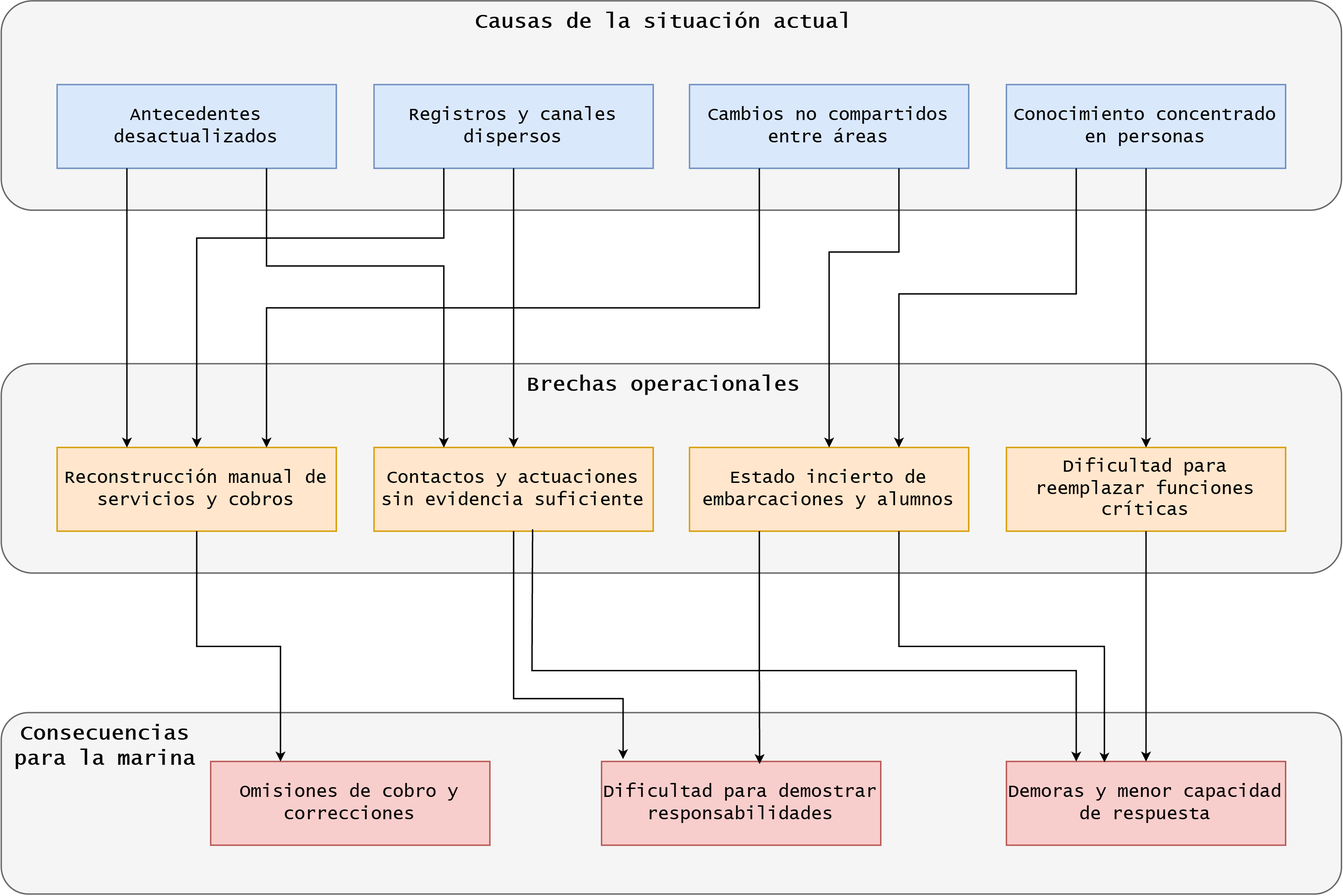
Saicooh/FEP-Subdocumentos keeps this draw.io diagram as Subdocumento_2___SYNAPTIX/figuras/CausaConsecuencia.png. Above is the earlier version. Source tidied: cells renumbered, new cells last; positions are measured from the earlier drawing's top-left corner, leaving out a move shared by most shapes.
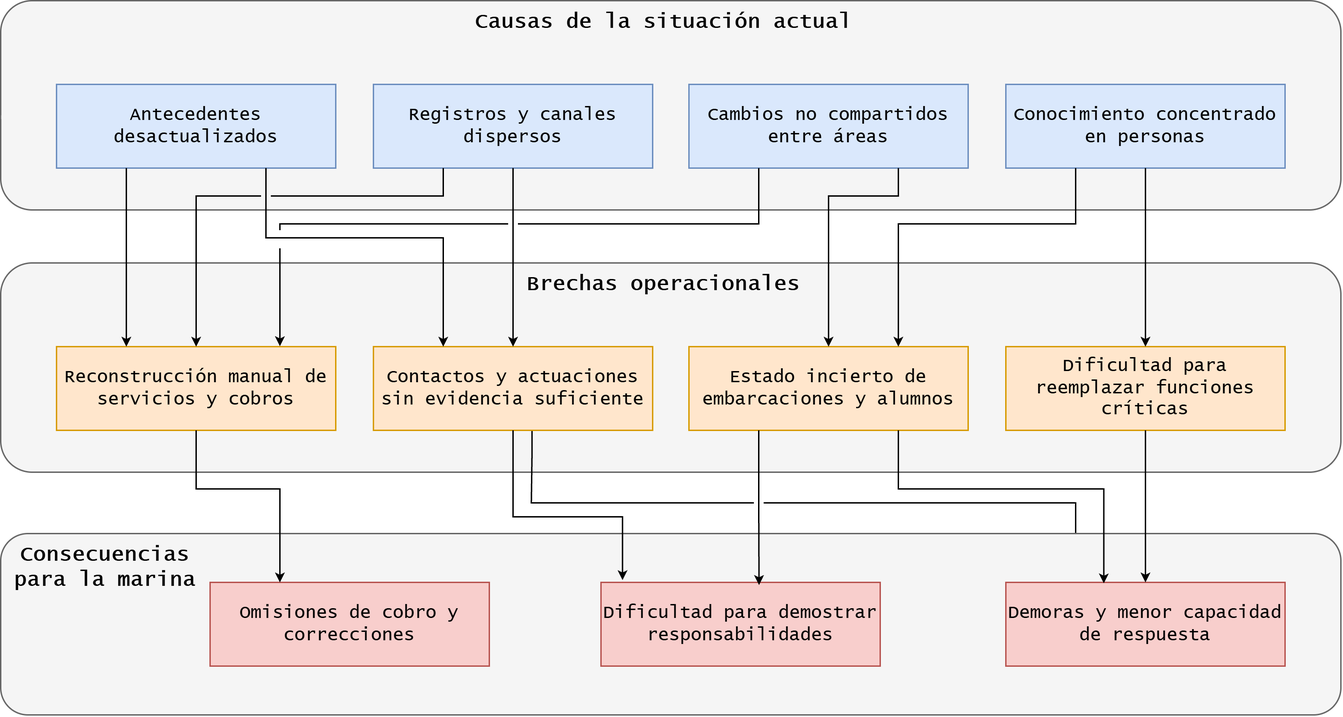
Later version of the same file.

The edit, as a diff of the source:
```diff
@@ -2,6 +2,18 @@
   <root>
     <mxCell id="0" />
     <mxCell id="1" parent="0" />
+    <mxCell id="8" style="rounded=1;labelPosition=center;verticalLabelPosition=middle;align=center;verticalAlign=middle;fontSize=8;html=1;whiteSpace=wrap;strokeWidth=1;fillColor=#f5f5f5;fontColor=#333333;strokeColor=#666666;" parent="1" vertex="1">
+      <mxGeometry y="188" width="960" height="150" as="geometry" />
+    </mxCell>
+    <mxCell id="28" style="edgeStyle=orthogonalEdgeStyle;rounded=0;jettySize=auto;html=1;exitX=0.568;exitY=0.978;exitDx=0;exitDy=0;entryX=0.25;entryY=0;entryDx=0;entryDy=0;endSize=4;exitPerimeter=0;" parent="1" edge="1" source="10" target="25">
+      <mxGeometry relative="1" as="geometry">
+        <Array as="points">
+          <mxPoint x="380.6" y="323.9" />
+          <mxPoint x="380.1" y="360" />
+          <mxPoint x="770" y="360" />
+        </Array>
+      </mxGeometry>
+    </mxCell>
     <mxCell id="2" style="rounded=1;labelPosition=center;verticalLabelPosition=middle;align=center;verticalAlign=middle;fontSize=8;html=1;whiteSpace=wrap;strokeWidth=1;fillColor=#f5f5f5;fontColor=#333333;strokeColor=#666666;" parent="1" vertex="1">
       <mxGeometry width="960" height="150" as="geometry" />
     </mxCell>
@@ -20,59 +32,73 @@
     <mxCell id="7" value="Conocimiento concentrado en personas" style="rounded=0;whiteSpace=wrap;html=1;fillColor=#dae8fc;strokeColor=#6c8ebf;fontSize=13;fontFamily=Lucida Console;" parent="1" vertex="1">
       <mxGeometry x="720" y="60" width="200" height="60" as="geometry" />
     </mxCell>
-    <mxCell id="8" style="rounded=1;labelPosition=center;verticalLabelPosition=middle;align=center;verticalAlign=middle;fontSize=8;html=1;whiteSpace=wrap;strokeWidth=1;fillColor=#f5f5f5;fontColor=#333333;strokeColor=#666666;" parent="1" vertex="1">
-      <mxGeometry y="260" width="960" height="150" as="geometry" />
-    </mxCell>
     <mxCell id="9" value="Reconstrucción manual de servicios y cobros" style="rounded=0;whiteSpace=wrap;html=1;fillColor=#ffe6cc;strokeColor=#d79b00;fontSize=13;fontFamily=Lucida Console;" parent="1" vertex="1">
-      <mxGeometry x="40" y="320" width="200" height="60" as="geometry" />
+      <mxGeometry x="40" y="248" width="200" height="60" as="geometry" />
     </mxCell>
     <mxCell id="10" value="Contactos y actuaciones sin evidencia suficiente" style="rounded=0;whiteSpace=wrap;html=1;fillColor=#ffe6cc;strokeColor=#d79b00;fontSize=13;fontFamily=Lucida Console;" parent="1" vertex="1">
-      <mxGeometry x="267" y="320" width="200" height="60" as="geometry" />
+      <mxGeometry x="267" y="248" width="200" height="60" as="geometry" />
     </mxCell>
     <mxCell id="11" value="Estado incierto de embarcaciones y alumnos" style="rounded=0;whiteSpace=wrap;html=1;fillColor=#ffe6cc;strokeColor=#d79b00;fontSize=13;fontFamily=Lucida Console;" parent="1" vertex="1">
-      <mxGeometry x="493" y="320" width="200" height="60" as="geometry" />
+      <mxGeometry x="493" y="248" width="200" height="60" as="geometry" />
     </mxCell>
     <mxCell id="12" value="&lt;font&gt;Brechas operacionales&lt;/font&gt;" style="text;whiteSpace=wrap;html=1;align=center;fontFamily=Lucida Console;fontStyle=1;fontSize=15;" parent="1" vertex="1">
-      <mxGeometry x="320" y="260" width="310" height="40" as="geometry" />
+      <mxGeometry x="320" y="188" width="310" height="40" as="geometry" />
     </mxCell>
     <mxCell id="13" value="Dificultad para reemplazar funciones críticas" style="rounded=0;whiteSpace=wrap;html=1;fillColor=#ffe6cc;strokeColor=#d79b00;fontSize=13;fontFamily=Lucida Console;" parent="1" vertex="1">
-      <mxGeometry x="720" y="320" width="200" height="60" as="geometry" />
+      <mxGeometry x="720" y="248" width="200" height="60" as="geometry" />
     </mxCell>
     <mxCell id="14" style="edgeStyle=orthogonalEdgeStyle;rounded=0;jettySize=auto;html=1;exitX=0.25;exitY=1;exitDx=0;exitDy=0;entryX=0.25;entryY=0;entryDx=0;entryDy=0;endSize=4;" parent="1" edge="1" source="3" target="9">
       <mxGeometry relative="1" as="geometry" />
     </mxCell>
-    <mxCell id="15" style="edgeStyle=orthogonalEdgeStyle;rounded=0;jettySize=auto;html=1;exitX=0.75;exitY=1;exitDx=0;exitDy=0;entryX=0.25;entryY=0;entryDx=0;entryDy=0;endSize=4;" parent="1" edge="1" source="3" target="10">
-      <mxGeometry relative="1" as="geometry">
-        <Array as="points">
-          <mxPoint x="190.1" y="190.1" />
-          <mxPoint x="317" y="190.1" />
-        </Array>
-      </mxGeometry>
-    </mxCell>
+    <mxCell id="17" style="edgeStyle=orthogonalEdgeStyle;rounded=0;jettySize=auto;html=1;exitX=0.25;exitY=1;exitDx=0;exitDy=0;entryX=0.8;entryY=-0.006;entryDx=0;entryDy=0;endSize=4;entryPerimeter=0;" parent="1" edge="1" source="5" target="9">
+      <mxGeometry x="0.02" relative="1" as="geometry">
+        <Array as="points">
+          <mxPoint x="543" y="160" />
+          <mxPoint x="200" y="160" />
+        </Array>
+      </mxGeometry>
+    </mxCell>
     <mxCell id="16" style="edgeStyle=orthogonalEdgeStyle;rounded=0;jettySize=auto;html=1;exitX=0.25;exitY=1;exitDx=0;exitDy=0;entryX=0.5;entryY=0;entryDx=0;entryDy=0;endSize=4;" parent="1" edge="1" source="4" target="9">
       <mxGeometry relative="1" as="geometry">
         <Array as="points">
-          <mxPoint x="317" y="170.1" />
-          <mxPoint x="140.1" y="170.1" />
+          <mxPoint x="317" y="140" />
+          <mxPoint x="140" y="140" />
         </Array>
       </mxGeometry>
     </mxCell>
-    <mxCell id="17" style="edgeStyle=orthogonalEdgeStyle;rounded=0;jettySize=auto;html=1;exitX=0.25;exitY=1;exitDx=0;exitDy=0;entryX=0.75;entryY=0;entryDx=0;entryDy=0;endSize=4;" parent="1" edge="1" source="5" target="9">
-      <mxGeometry relative="1" as="geometry" />
-    </mxCell>
+    <mxCell id="33" value="&lt;span style=&quot;font-size: 4px; line-height: 30%;&quot;&gt;&amp;nbsp; &amp;nbsp; &amp;nbsp; &amp;nbsp;&lt;/span&gt;" style="edgeLabel;html=1;align=center;verticalAlign=middle;imageHeight=12;imageWidth=12;labelBackgroundColor=#F5F5F5;" parent="16" vertex="1">
+      <mxGeometry x="-0.08" relative="1" as="geometry">
+        <mxPoint x="-8" y="-1" as="offset" />
+      </mxGeometry>
+    </mxCell>
+    <mxCell id="34" value="&lt;span style=&quot;font-size: 4px; line-height: 30%;&quot;&gt;&amp;nbsp; &amp;nbsp; &amp;nbsp; &amp;nbsp;&lt;/span&gt;" style="edgeLabel;html=1;align=center;verticalAlign=middle;imageHeight=12;imageWidth=12;labelBackgroundColor=#FFFFFF;" parent="16" vertex="1">
+      <mxGeometry x="-0.08" relative="1" as="geometry">
+        <mxPoint x="2" y="30" as="offset" />
+      </mxGeometry>
+    </mxCell>
+    <mxCell id="35" value="&lt;span style=&quot;font-size: 4px; line-height: 30%;&quot;&gt;&amp;nbsp; &amp;nbsp; &amp;nbsp; &amp;nbsp;&lt;/span&gt;" style="edgeLabel;html=1;align=center;verticalAlign=middle;imageHeight=12;imageWidth=12;labelBackgroundColor=#FFFFFF;" parent="16" vertex="1">
+      <mxGeometry x="-0.08" relative="1" as="geometry">
+        <mxPoint x="169" y="20" as="offset" />
+      </mxGeometry>
+    </mxCell>
+    <mxCell id="36" value="&lt;span style=&quot;font-size: 4px; line-height: 30%;&quot;&gt;&amp;nbsp; &amp;nbsp; &amp;nbsp; &amp;nbsp;&lt;/span&gt;" style="edgeLabel;html=1;align=center;verticalAlign=middle;imageHeight=12;imageWidth=12;labelBackgroundColor=#FFFFFF;" parent="16" vertex="1">
+      <mxGeometry x="-0.08" relative="1" as="geometry">
+        <mxPoint x="345" y="220" as="offset" />
+      </mxGeometry>
+    </mxCell>
     <mxCell id="18" style="edgeStyle=orthogonalEdgeStyle;rounded=0;jettySize=auto;html=1;exitX=0.75;exitY=1;exitDx=0;exitDy=0;entryX=0.5;entryY=0;entryDx=0;entryDy=0;endSize=4;" parent="1" edge="1" source="5" target="11">
       <mxGeometry relative="1" as="geometry">
         <Array as="points">
-          <mxPoint x="643" y="180.1" />
-          <mxPoint x="593" y="180.1" />
+          <mxPoint x="643" y="140" />
+          <mxPoint x="593" y="140" />
         </Array>
       </mxGeometry>
     </mxCell>
     <mxCell id="19" style="edgeStyle=orthogonalEdgeStyle;rounded=0;jettySize=auto;html=1;exitX=0.25;exitY=1;exitDx=0;exitDy=0;entryX=0.75;entryY=0;entryDx=0;entryDy=0;endSize=4;" parent="1" edge="1" source="7" target="11">
       <mxGeometry relative="1" as="geometry">
         <Array as="points">
-          <mxPoint x="770.1" y="210.1" />
-          <mxPoint x="643" y="210.1" />
+          <mxPoint x="770" y="160" />
+          <mxPoint x="643" y="160" />
         </Array>
       </mxGeometry>
     </mxCell>
@@ -83,40 +109,36 @@
       <mxGeometry relative="1" as="geometry" />
     </mxCell>
     <mxCell id="22" style="rounded=1;labelPosition=center;verticalLabelPosition=middle;align=center;verticalAlign=middle;fontSize=8;html=1;whiteSpace=wrap;strokeWidth=1;fillColor=#f5f5f5;fontColor=#333333;strokeColor=#666666;" parent="1" vertex="1">
-      <mxGeometry y="510" width="960" height="130" as="geometry" />
+      <mxGeometry y="382" width="960" height="130" as="geometry" />
     </mxCell>
     <mxCell id="23" value="Omisiones de cobro y correcciones" style="rounded=0;whiteSpace=wrap;html=1;fillColor=#f8cecc;strokeColor=#b85450;fontSize=13;fontFamily=Lucida Console;" parent="1" vertex="1">
-      <mxGeometry x="150" y="545" width="200" height="60" as="geometry" />
+      <mxGeometry x="150" y="417" width="200" height="60" as="geometry" />
     </mxCell>
     <mxCell id="24" value="Dificultad para demostrar responsabilidades" style="rounded=0;whiteSpace=wrap;html=1;fillColor=#f8cecc;strokeColor=#b85450;fontSize=13;fontFamily=Lucida Console;" parent="1" vertex="1">
-      <mxGeometry x="430" y="545" width="200" height="60" as="geometry" />
+      <mxGeometry x="430" y="417" width="200" height="60" as="geometry" />
     </mxCell>
     <mxCell id="25" value="Demoras y menor capacidad de respuesta" style="rounded=0;whiteSpace=wrap;html=1;fillColor=#f8cecc;strokeColor=#b85450;fontSize=13;fontFamily=Lucida Console;" parent="1" vertex="1">
-      <mxGeometry x="720" y="545" width="200" height="60" as="geometry" />
+      <mxGeometry x="720" y="417" width="200" height="60" as="geometry" />
     </mxCell>
     <mxCell id="26" value="Consecuencias para la marina" style="text;whiteSpace=wrap;html=1;align=center;fontFamily=Lucida Console;fontStyle=1;fontSize=15;" parent="1" vertex="1">
-      <mxGeometry y="510" width="150" height="40" as="geometry" />
+      <mxGeometry y="382" width="150" height="40" as="geometry" />
     </mxCell>
     <mxCell id="27" style="edgeStyle=orthogonalEdgeStyle;rounded=0;jettySize=auto;html=1;exitX=0.5;exitY=1;exitDx=0;exitDy=0;entryX=0.25;entryY=0;entryDx=0;entryDy=0;endSize=4;" parent="1" edge="1" source="9" target="23">
-      <mxGeometry relative="1" as="geometry" />
+      <mxGeometry relative="1" as="geometry">
+        <Array as="points">
+          <mxPoint x="140" y="350" />
+          <mxPoint x="200" y="350" />
+        </Array>
+      </mxGeometry>
     </mxCell>
-    <mxCell id="28" style="edgeStyle=orthogonalEdgeStyle;rounded=0;jettySize=auto;html=1;exitX=0.568;exitY=0.978;exitDx=0;exitDy=0;entryX=0.25;entryY=0;entryDx=0;entryDy=0;endSize=4;exitPerimeter=0;" parent="1" edge="1" source="10" target="25">
-      <mxGeometry relative="1" as="geometry">
-        <Array as="points">
-          <mxPoint x="380.6" y="379.9" />
-          <mxPoint x="380.1" y="479.9" />
-          <mxPoint x="770" y="479.9" />
-        </Array>
-      </mxGeometry>
-    </mxCell>
     <mxCell id="29" style="edgeStyle=orthogonalEdgeStyle;rounded=0;jettySize=auto;html=1;exitX=0.5;exitY=1;exitDx=0;exitDy=0;entryX=0.5;entryY=0;entryDx=0;entryDy=0;endSize=4;" parent="1" edge="1" source="13" target="25">
       <mxGeometry relative="1" as="geometry" />
     </mxCell>
     <mxCell id="30" style="edgeStyle=orthogonalEdgeStyle;rounded=0;jettySize=auto;html=1;exitX=0.5;exitY=1;exitDx=0;exitDy=0;entryX=0.077;entryY=-0.027;entryDx=0;entryDy=0;entryPerimeter=0;endSize=4;" parent="1" edge="1" source="10" target="24">
       <mxGeometry relative="1" as="geometry">
         <Array as="points">
-          <mxPoint x="367" y="499.9" />
-          <mxPoint x="445.4" y="499.9" />
+          <mxPoint x="367" y="370" />
+          <mxPoint x="445.4" y="370" />
         </Array>
       </mxGeometry>
     </mxCell>
@@ -124,7 +146,20 @@
       <mxGeometry relative="1" as="geometry" />
     </mxCell>
     <mxCell id="32" style="edgeStyle=orthogonalEdgeStyle;rounded=0;jettySize=auto;html=1;exitX=0.75;exitY=1;exitDx=0;exitDy=0;entryX=0.351;entryY=0.012;entryDx=0;entryDy=0;entryPerimeter=0;endSize=4;" parent="1" edge="1" source="11" target="25">
-      <mxGeometry relative="1" as="geometry" />
+      <mxGeometry relative="1" as="geometry">
+        <Array as="points">
+          <mxPoint x="643" y="350" />
+          <mxPoint x="790.2" y="350" />
+        </Array>
+      </mxGeometry>
     </mxCell>
+    <mxCell id="15" style="edgeStyle=orthogonalEdgeStyle;rounded=0;jettySize=auto;html=1;exitX=0.75;exitY=1;exitDx=0;exitDy=0;entryX=0.25;entryY=0;entryDx=0;entryDy=0;endSize=4;" parent="1" edge="1" source="3" target="10">
+      <mxGeometry relative="1" as="geometry">
+        <Array as="points">
+          <mxPoint x="190" y="170" />
+          <mxPoint x="317" y="170" />
+        </Array>
+      </mxGeometry>
+    </mxCell>
   </root>
 </mxGraphModel>
```
